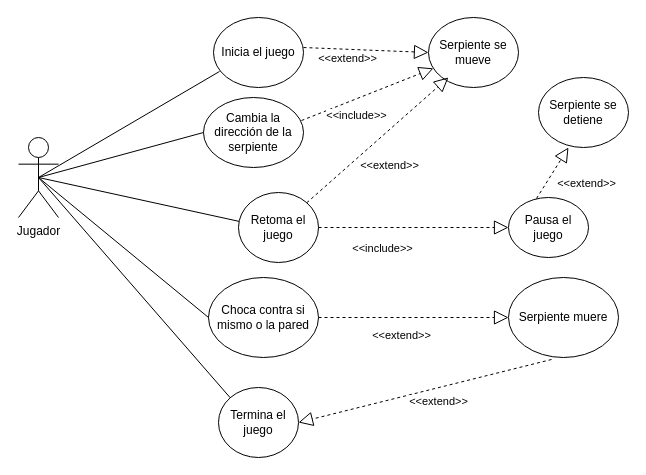
This is Diagramas/Diagrama casos de uso snake.drawio from FranBuenoBerlanga/SpaceInvadersSCRUM, a draw.io file, before an edit. Source tidied: cells renumbered, new cells numbered last; positions are measured from the earlier drawing's top-left corner, leaving out a move shared by most shapes. Both pictures are drawn from the tidied source at 100%, with x=0, y=0 at pixel (18, 17).
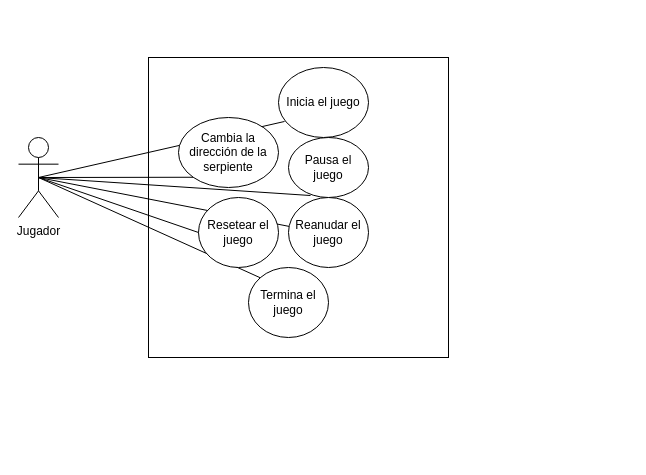
The same page after the edit.

Commit message:
Diagrama casos de uso snake v3.drawio

Unchanged cells that the change refers to:
```xml
<mxCell id="2" value="&lt;div&gt;Jugador&lt;/div&gt;" style="shape=umlActor;verticalLabelPosition=bottom;verticalAlign=top;html=1;outlineConnect=0;" parent="1" vertex="1">
  <mxGeometry y="120" width="40" height="80" as="geometry" />
</mxCell>
```

What changed in the source:
```diff
@@
+    <mxCell id="31" style="whiteSpace=wrap;html=1;" parent="1" vertex="1">
+      <mxGeometry x="130" y="40" width="300" height="300" as="geometry" />
+    </mxCell>
@@
     <mxCell id="3" value="Pausa el juego" style="ellipse;whiteSpace=wrap;html=1;" parent="1" vertex="1">
-      <mxGeometry x="490" y="180" width="80" height="60" as="geometry" />
+      <mxGeometry x="270" y="120" width="80" height="60" as="geometry" />
     </mxCell>
@@
-    <mxCell id="5" value="Retoma el juego" style="ellipse;whiteSpace=wrap;html=1;" parent="1" vertex="1">
-      <mxGeometry x="220" y="175" width="80" height="70" as="geometry" />
+    <mxCell id="5" value="Reanudar el juego" style="ellipse;whiteSpace=wrap;html=1;" parent="1" vertex="1">
+      <mxGeometry x="270" y="180" width="80" height="70" as="geometry" />
     </mxCell>
     <mxCell id="6" value="Inicia el juego" style="ellipse;whiteSpace=wrap;html=1;" parent="1" vertex="1">
-      <mxGeometry x="195" width="90" height="70" as="geometry" />
+      <mxGeometry x="260" y="50" width="90" height="70" as="geometry" />
     </mxCell>
@@
-    <mxCell id="8" value="Serpiente se mueve" style="ellipse;whiteSpace=wrap;html=1;" parent="1" vertex="1">
-      <mxGeometry x="410" width="90" height="70" as="geometry" />
-    </mxCell>
     <mxCell id="9" value="Cambia la dirección de la serpiente" style="ellipse;whiteSpace=wrap;html=1;" parent="1" vertex="1">
-      <mxGeometry x="185" y="80" width="100" height="70" as="geometry" />
+      <mxGeometry x="160" y="100" width="100" height="70" as="geometry" />
     </mxCell>
-    <mxCell id="10" style="endArrow=none;html=1;rounded=0;entryX=0;entryY=0.5;entryDx=0;entryDy=0;exitX=0.5;exitY=0.5;exitDx=0;exitDy=0;exitPerimeter=0;" parent="1" edge="1" source="2" target="9">
+    <mxCell id="10" style="endArrow=none;html=1;rounded=0;entryX=0;entryY=1;entryDx=0;entryDy=0;exitX=0.5;exitY=0.5;exitDx=0;exitDy=0;exitPerimeter=0;" parent="1" edge="1" source="2" target="9">
       <mxGeometry relative="1" as="geometry" />
     </mxCell>
-    <mxCell id="11" value="&lt;div&gt;Choca contra si mismo o la pared&lt;/div&gt;" style="ellipse;whiteSpace=wrap;html=1;" parent="1" vertex="1">
-      <mxGeometry x="190" y="260" width="110" height="80" as="geometry" />
-    </mxCell>
-    <mxCell id="12" style="endArrow=none;html=1;rounded=0;exitX=0;exitY=0.5;exitDx=0;exitDy=0;entryX=0.5;entryY=0.5;entryDx=0;entryDy=0;entryPerimeter=0;" parent="1" edge="1" source="11" target="2">
-      <mxGeometry relative="1" as="geometry" />
-    </mxCell>
-    <mxCell id="13" style="endArrow=block;dashed=1;endFill=0;endSize=12;html=1;rounded=0;exitX=1;exitY=0.5;exitDx=0;exitDy=0;entryX=0;entryY=0.5;entryDx=0;entryDy=0;" parent="1" edge="1" source="5" target="3">
-      <mxGeometry relative="1" as="geometry" />
-    </mxCell>
-    <mxCell id="14" value="&amp;lt;&amp;lt;include&amp;gt;&amp;gt;" style="edgeLabel;html=1;align=center;verticalAlign=middle;" parent="13" vertex="1">
-      <mxGeometry x="-0.41" y="1" relative="1" as="geometry">
-        <mxPoint x="7" y="21" as="offset" />
-      </mxGeometry>
-    </mxCell>
-    <mxCell id="15" style="endArrow=block;dashed=1;endFill=0;endSize=12;html=1;rounded=0;exitX=1;exitY=0.429;exitDx=0;exitDy=0;exitPerimeter=0;entryX=0;entryY=0.5;entryDx=0;entryDy=0;" parent="1" edge="1" source="6" target="8">
-      <mxGeometry relative="1" as="geometry" />
-    </mxCell>
-    <mxCell id="16" value="&amp;lt;&amp;lt;extend&amp;gt;&amp;gt;" style="edgeLabel;html=1;align=center;verticalAlign=middle;" parent="15" vertex="1">
-      <mxGeometry x="0.32" y="-3" relative="1" as="geometry">
-        <mxPoint x="-39" y="4" as="offset" />
-      </mxGeometry>
-    </mxCell>
-    <mxCell id="17" style="endArrow=block;dashed=1;endFill=0;endSize=12;html=1;rounded=0;exitX=0.98;exitY=0.329;exitDx=0;exitDy=0;exitPerimeter=0;" parent="1" edge="1" source="9" target="8">
-      <mxGeometry relative="1" as="geometry" />
-    </mxCell>
-    <mxCell id="18" value="&amp;lt;&amp;lt;include&amp;gt;&amp;gt;" style="edgeLabel;html=1;align=center;verticalAlign=middle;" parent="17" vertex="1">
-      <mxGeometry x="0.32" y="-3" relative="1" as="geometry">
-        <mxPoint x="-34" y="26" as="offset" />
-      </mxGeometry>
-    </mxCell>
     <mxCell id="19" value="Termina el juego" style="ellipse;whiteSpace=wrap;html=1;" parent="1" vertex="1">
-      <mxGeometry x="200" y="370" width="80" height="70" as="geometry" />
+      <mxGeometry x="230" y="250" width="80" height="70" as="geometry" />
     </mxCell>
@@
-    <mxCell id="21" value="&lt;div&gt;Serpiente muere&lt;br&gt;&lt;/div&gt;" style="ellipse;whiteSpace=wrap;html=1;" parent="1" vertex="1">
-      <mxGeometry x="490" y="260" width="110" height="80" as="geometry" />
-    </mxCell>
-    <mxCell id="22" style="endArrow=block;dashed=1;endFill=0;endSize=12;html=1;rounded=0;exitX=1;exitY=0.5;exitDx=0;exitDy=0;entryX=0;entryY=0.5;entryDx=0;entryDy=0;" parent="1" edge="1" source="11" target="21">
-      <mxGeometry relative="1" as="geometry" />
-    </mxCell>
-    <mxCell id="23" value="&amp;lt;&amp;lt;extend&amp;gt;&amp;gt;" style="edgeLabel;html=1;align=center;verticalAlign=middle;" parent="22" vertex="1">
-      <mxGeometry x="-0.41" y="1" relative="1" as="geometry">
-        <mxPoint x="26" y="18" as="offset" />
-      </mxGeometry>
-    </mxCell>
-    <mxCell id="24" style="endArrow=block;dashed=1;endFill=0;endSize=12;html=1;rounded=0;exitX=0.391;exitY=1.025;exitDx=0;exitDy=0;entryX=1;entryY=0.5;entryDx=0;entryDy=0;exitPerimeter=0;" parent="1" edge="1" source="21" target="19">
-      <mxGeometry relative="1" as="geometry" />
-    </mxCell>
-    <mxCell id="25" value="&amp;lt;&amp;lt;extend&amp;gt;&amp;gt;" style="edgeLabel;html=1;align=center;verticalAlign=middle;" parent="24" vertex="1">
-      <mxGeometry x="-0.41" y="1" relative="1" as="geometry">
-        <mxPoint x="-39" y="22" as="offset" />
-      </mxGeometry>
-    </mxCell>
-    <mxCell id="26" style="endArrow=block;dashed=1;endFill=0;endSize=12;html=1;rounded=0;exitX=1;exitY=0;exitDx=0;exitDy=0;entryX=0.222;entryY=0.857;entryDx=0;entryDy=0;entryPerimeter=0;" parent="1" edge="1" source="5" target="8">
-      <mxGeometry relative="1" as="geometry" />
-    </mxCell>
-    <mxCell id="27" value="&amp;lt;&amp;lt;extend&amp;gt;&amp;gt;" style="edgeLabel;html=1;align=center;verticalAlign=middle;" parent="26" vertex="1">
-      <mxGeometry x="-0.41" y="1" relative="1" as="geometry">
-        <mxPoint x="41" as="offset" />
-      </mxGeometry>
-    </mxCell>
-    <mxCell id="28" value="Serpiente se detiene" style="ellipse;whiteSpace=wrap;html=1;" parent="1" vertex="1">
-      <mxGeometry x="520" y="60" width="90" height="70" as="geometry" />
-    </mxCell>
-    <mxCell id="29" style="endArrow=block;dashed=1;endFill=0;endSize=12;html=1;rounded=0;exitX=0.35;exitY=0.017;exitDx=0;exitDy=0;entryX=0.333;entryY=1;entryDx=0;entryDy=0;entryPerimeter=0;exitPerimeter=0;" parent="1" edge="1" source="3" target="28">
-      <mxGeometry relative="1" as="geometry" />
-    </mxCell>
-    <mxCell id="30" value="&amp;lt;&amp;lt;extend&amp;gt;&amp;gt;" style="edgeLabel;html=1;align=center;verticalAlign=middle;" parent="29" vertex="1">
-      <mxGeometry x="-0.41" y="1" relative="1" as="geometry">
-        <mxPoint x="41" as="offset" />
-      </mxGeometry>
-    </mxCell>
+    <mxCell id="32" style="endArrow=none;html=1;rounded=0;exitX=0.5;exitY=0.5;exitDx=0;exitDy=0;exitPerimeter=0;entryX=0.275;entryY=0.967;entryDx=0;entryDy=0;entryPerimeter=0;" parent="1" edge="1" source="2" target="3">
+      <mxGeometry relative="1" as="geometry" />
+    </mxCell>
+    <mxCell id="33" value="Resetear el juego" style="ellipse;whiteSpace=wrap;html=1;" parent="1" vertex="1">
+      <mxGeometry x="180" y="180" width="80" height="70" as="geometry" />
+    </mxCell>
+    <mxCell id="34" style="endArrow=none;html=1;rounded=0;entryX=0;entryY=0.5;entryDx=0;entryDy=0;exitX=0.5;exitY=0.5;exitDx=0;exitDy=0;exitPerimeter=0;" parent="1" edge="1" source="2" target="33">
+      <mxGeometry relative="1" as="geometry" />
+    </mxCell>
```
